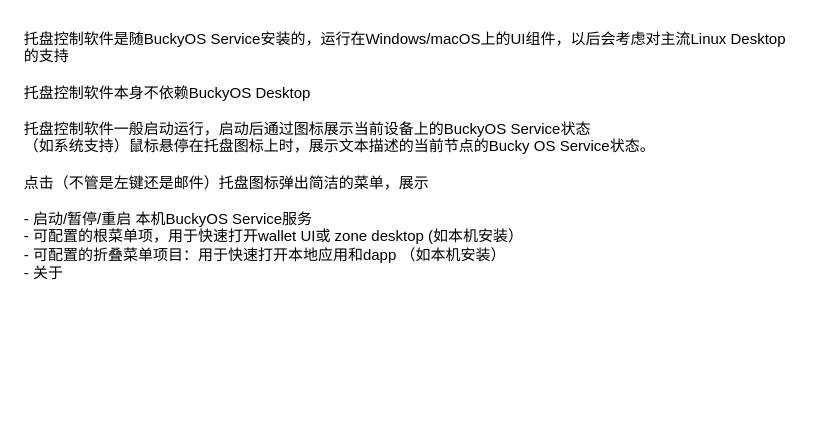
The draw.io diagram page "tray-contorl" (8 of 8) of doc/PRD/desktop.drawio in buckyos/buckyos, before the edit. Source tidied: cells renumbered, new cells numbered last; positions are measured from the earlier drawing's top-left corner, leaving out a move shared by most shapes. Both pictures are drawn from the tidied source at 125%, with x=0, y=0 at pixel (21, 21).
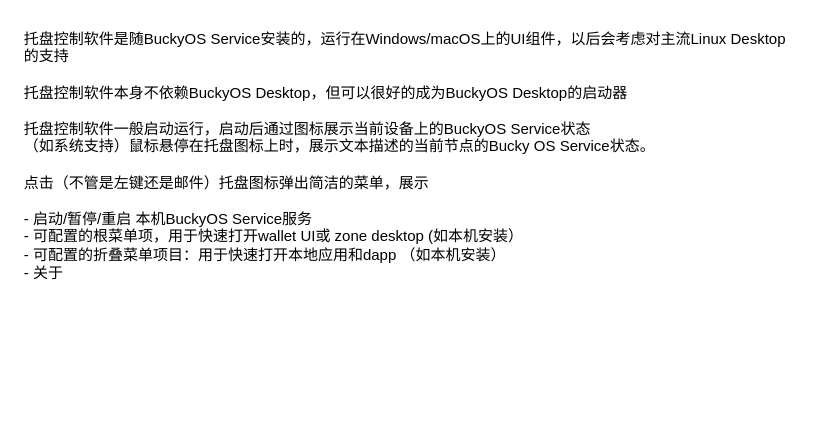
The same diagram, later.

What changed in the source:
```diff
@@
 <mxGraphModel>
   <root>
     <mxCell id="0" />
     <mxCell id="1" parent="0" />
-    <mxCell id="2" value="托盘控制软件是随BuckyOS Service安装的，运行在Windows/macOS上的UI组件，以后会考虑对主流Linux Desktop的支持&lt;div&gt;&lt;br&gt;&lt;/div&gt;&lt;div&gt;托盘控制软件本身不依赖BuckyOS Desktop&lt;/div&gt;&lt;div&gt;&lt;br&gt;&lt;/div&gt;&lt;div&gt;托盘控制软件一般启动运行，启动后通过图标展示当前设备上的BuckyOS Service状态&lt;/div&gt;&lt;div&gt;&lt;span style=&quot;background-color: transparent; color: light-dark(rgb(0, 0, 0), rgb(255, 255, 255));&quot;&gt;（如系统支持）&lt;/span&gt;鼠标悬停在托盘图标上时，展示文本描述的当前节点的Bucky OS Service状态。&lt;/div&gt;&lt;div&gt;&lt;div&gt;&lt;br&gt;&lt;/div&gt;&lt;div&gt;点击（不管是左键还是邮件）托盘图标弹出简洁的菜单，展示&lt;/div&gt;&lt;div&gt;&lt;br&gt;&lt;/div&gt;&lt;div&gt;- 启动/暂停/重启 本机BuckyOS Service服务&lt;/div&gt;&lt;div&gt;- 可配置的根菜单项，用于快速打开wallet UI或 zone desktop (如本机安装）&lt;/div&gt;&lt;div&gt;- 可配置的折叠菜单项目：用于快速打开本地应用和dapp （如本机安装）&lt;/div&gt;&lt;div&gt;&lt;span style=&quot;background-color: transparent; color: light-dark(rgb(0, 0, 0), rgb(255, 255, 255));&quot;&gt;- 关于&lt;/span&gt;&lt;br&gt;&lt;/div&gt;&lt;div&gt;&lt;br&gt;&lt;/div&gt;&lt;div&gt;&lt;br&gt;&lt;/div&gt;&lt;div&gt;&lt;br&gt;&lt;/div&gt;&lt;/div&gt;" style="text;html=1;align=left;verticalAlign=top;whiteSpace=wrap;rounded=0;" parent="1" vertex="1">
+    <mxCell id="2" value="托盘控制软件是随BuckyOS Service安装的，运行在Windows/macOS上的UI组件，以后会考虑对主流Linux Desktop的支持&lt;div&gt;&lt;br&gt;&lt;/div&gt;&lt;div&gt;托盘控制软件本身不依赖BuckyOS Desktop，但可以很好的成为BuckyOS Desktop的启动器&lt;/div&gt;&lt;div&gt;&lt;br&gt;&lt;/div&gt;&lt;div&gt;托盘控制软件一般启动运行，启动后通过图标展示当前设备上的BuckyOS Service状态&lt;/div&gt;&lt;div&gt;&lt;span style=&quot;background-color: transparent; color: light-dark(rgb(0, 0, 0), rgb(255, 255, 255));&quot;&gt;（如系统支持）&lt;/span&gt;鼠标悬停在托盘图标上时，展示文本描述的当前节点的Bucky OS Service状态。&lt;/div&gt;&lt;div&gt;&lt;div&gt;&lt;br&gt;&lt;/div&gt;&lt;div&gt;点击（不管是左键还是邮件）托盘图标弹出简洁的菜单，展示&lt;/div&gt;&lt;div&gt;&lt;br&gt;&lt;/div&gt;&lt;div&gt;- 启动/暂停/重启 本机BuckyOS Service服务&lt;/div&gt;&lt;div&gt;- 可配置的根菜单项，用于快速打开wallet UI或 zone desktop (如本机安装）&lt;/div&gt;&lt;div&gt;- 可配置的折叠菜单项目：用于快速打开本地应用和dapp （如本机安装）&lt;/div&gt;&lt;div&gt;&lt;span style=&quot;background-color: transparent; color: light-dark(rgb(0, 0, 0), rgb(255, 255, 255));&quot;&gt;- 关于&lt;/span&gt;&lt;br&gt;&lt;/div&gt;&lt;div&gt;&lt;br&gt;&lt;/div&gt;&lt;div&gt;&lt;br&gt;&lt;/div&gt;&lt;div&gt;&lt;br&gt;&lt;/div&gt;&lt;/div&gt;" style="text;html=1;align=left;verticalAlign=top;whiteSpace=wrap;rounded=0;" parent="1" vertex="1">
       <mxGeometry width="620" height="310" as="geometry" />
     </mxCell>
   </root>
 </mxGraphModel>
```
